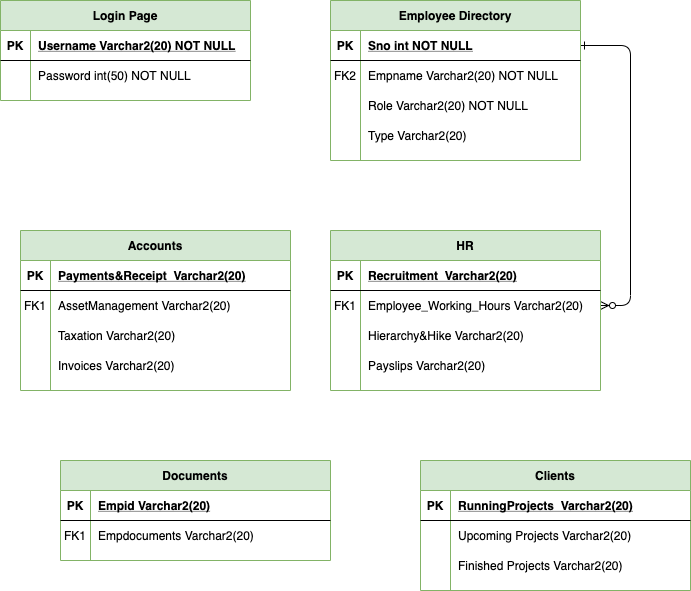
BandariChetanKumar/DB-Design keeps this draw.io diagram as Beeja ER Diagram.png. Above is the earlier version. Source tidied: cells renumbered, new cells last; positions are measured from the earlier drawing's top-left corner, leaving out a move shared by most shapes.
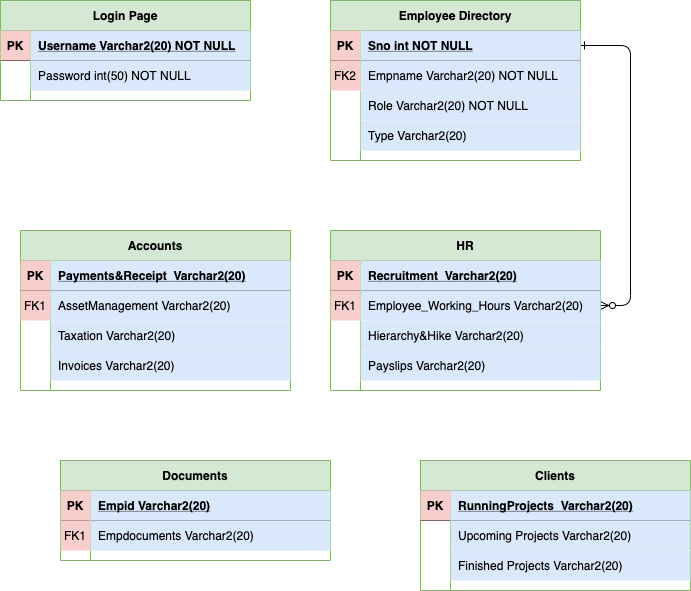
Later version of the same file.

What changed in the source:
```diff
@@ -14,19 +14,19 @@
     <mxCell id="5" style="shape=partialRectangle;fillColor=none;points=[[0,0.5],[1,0.5]];portConstraint=eastwest;top=0;left=0;right=0;bottom=1;" parent="4" vertex="1">
       <mxGeometry y="30" width="250" height="30" as="geometry" />
     </mxCell>
-    <mxCell id="6" value="PK" style="shape=partialRectangle;overflow=hidden;fillColor=none;top=0;left=0;bottom=0;right=0;fontStyle=1;" parent="5" vertex="1">
+    <mxCell id="6" value="PK" style="shape=partialRectangle;overflow=hidden;fillColor=#f8cecc;top=0;left=0;bottom=0;right=0;fontStyle=1;strokeColor=#b85450;" parent="5" vertex="1">
       <mxGeometry width="30" height="30" as="geometry" />
     </mxCell>
-    <mxCell id="7" value="Sno int NOT NULL" style="shape=partialRectangle;overflow=hidden;fillColor=none;top=0;left=0;bottom=0;right=0;align=left;spacingLeft=6;fontStyle=5;" parent="5" vertex="1">
+    <mxCell id="7" value="Sno int NOT NULL" style="shape=partialRectangle;overflow=hidden;fillColor=#dae8fc;top=0;left=0;bottom=0;right=0;align=left;spacingLeft=6;fontStyle=5;strokeColor=#6c8ebf;" parent="5" vertex="1">
       <mxGeometry x="30" width="220" height="30" as="geometry" />
     </mxCell>
     <mxCell id="8" style="shape=partialRectangle;fillColor=none;top=0;left=0;right=0;bottom=0;" parent="4" vertex="1">
       <mxGeometry y="60" width="250" height="30" as="geometry" />
     </mxCell>
-    <mxCell id="9" value="FK2" style="shape=partialRectangle;overflow=hidden;fillColor=none;top=0;left=0;bottom=0;right=0;" parent="8" vertex="1">
+    <mxCell id="9" value="FK2" style="shape=partialRectangle;overflow=hidden;fillColor=#f8cecc;top=0;left=0;bottom=0;right=0;strokeColor=#b85450;" parent="8" vertex="1">
       <mxGeometry width="30" height="30" as="geometry" />
     </mxCell>
-    <mxCell id="10" value="Empname Varchar2(20) NOT NULL" style="shape=partialRectangle;overflow=hidden;fillColor=none;top=0;left=0;bottom=0;right=0;align=left;spacingLeft=6;" parent="8" vertex="1">
+    <mxCell id="10" value="Empname Varchar2(20) NOT NULL" style="shape=partialRectangle;overflow=hidden;fillColor=#dae8fc;top=0;left=0;bottom=0;right=0;align=left;spacingLeft=6;strokeColor=#6c8ebf;" parent="8" vertex="1">
       <mxGeometry x="30" width="220" height="30" as="geometry" />
     </mxCell>
     <mxCell id="11" style="shape=partialRectangle;fillColor=none;top=0;left=0;right=0;bottom=0;" parent="4" vertex="1">
@@ -35,7 +35,7 @@
     <mxCell id="12" style="shape=partialRectangle;overflow=hidden;fillColor=none;top=0;left=0;bottom=0;right=0;" parent="11" vertex="1">
       <mxGeometry width="30" height="30" as="geometry" />
     </mxCell>
-    <mxCell id="13" value="Role Varchar2(20) NOT NULL " style="shape=partialRectangle;overflow=hidden;fillColor=none;top=0;left=0;bottom=0;right=0;align=left;spacingLeft=6;" parent="11" vertex="1">
+    <mxCell id="13" value="Role Varchar2(20) NOT NULL " style="shape=partialRectangle;overflow=hidden;fillColor=#dae8fc;top=0;left=0;bottom=0;right=0;align=left;spacingLeft=6;strokeColor=#6c8ebf;" parent="11" vertex="1">
       <mxGeometry x="30" width="220" height="30" as="geometry" />
     </mxCell>
     <mxCell id="14" style="shape=partialRectangle;fillColor=none;top=0;left=0;right=0;bottom=0;" parent="4" vertex="1">
@@ -44,7 +44,7 @@
     <mxCell id="15" style="shape=partialRectangle;overflow=hidden;fillColor=none;top=0;left=0;bottom=0;right=0;" parent="14" vertex="1">
       <mxGeometry width="30" height="30" as="geometry" />
     </mxCell>
-    <mxCell id="16" value="Type Varchar2(20) " style="shape=partialRectangle;overflow=hidden;fillColor=none;top=0;left=0;bottom=0;right=0;align=left;spacingLeft=6;" parent="14" vertex="1">
+    <mxCell id="16" value="Type Varchar2(20) " style="shape=partialRectangle;overflow=hidden;fillColor=#dae8fc;top=0;left=0;bottom=0;right=0;align=left;spacingLeft=6;strokeColor=#6c8ebf;" parent="14" vertex="1">
       <mxGeometry x="30" width="220" height="30" as="geometry" />
     </mxCell>
     <mxCell id="17" value="Login Page" style="shape=table;startSize=30;rowLines=0;fontStyle=1;align=center;fillColor=#d5e8d4;strokeColor=#82b366;" parent="1" vertex="1">
@@ -53,10 +53,10 @@
     <mxCell id="18" style="shape=partialRectangle;fillColor=none;points=[[0,0.5],[1,0.5]];portConstraint=eastwest;top=0;left=0;right=0;bottom=1;" parent="17" vertex="1">
       <mxGeometry y="30" width="250" height="30" as="geometry" />
     </mxCell>
-    <mxCell id="19" value="PK" style="shape=partialRectangle;overflow=hidden;fillColor=none;top=0;left=0;bottom=0;right=0;fontStyle=1;" parent="18" vertex="1">
+    <mxCell id="19" value="PK" style="shape=partialRectangle;overflow=hidden;fillColor=#f8cecc;top=0;left=0;bottom=0;right=0;fontStyle=1;strokeColor=#b85450;" parent="18" vertex="1">
       <mxGeometry width="30" height="30" as="geometry" />
     </mxCell>
-    <mxCell id="20" value="Username Varchar2(20) NOT NULL " style="shape=partialRectangle;overflow=hidden;fillColor=none;top=0;left=0;bottom=0;right=0;align=left;spacingLeft=6;fontStyle=5;" parent="18" vertex="1">
+    <mxCell id="20" value="Username Varchar2(20) NOT NULL " style="shape=partialRectangle;overflow=hidden;fillColor=#dae8fc;top=0;left=0;bottom=0;right=0;align=left;spacingLeft=6;fontStyle=5;strokeColor=#6c8ebf;" parent="18" vertex="1">
       <mxGeometry x="30" width="220" height="30" as="geometry" />
     </mxCell>
     <mxCell id="21" style="shape=partialRectangle;fillColor=none;top=0;left=0;right=0;bottom=0;" parent="17" vertex="1">
@@ -65,7 +65,7 @@
     <mxCell id="22" style="shape=partialRectangle;overflow=hidden;fillColor=none;top=0;left=0;bottom=0;right=0;" parent="21" vertex="1">
       <mxGeometry width="30" height="30" as="geometry" />
     </mxCell>
-    <mxCell id="23" value="Password int(50) NOT NULL" style="shape=partialRectangle;overflow=hidden;fillColor=none;top=0;left=0;bottom=0;right=0;align=left;spacingLeft=6;" parent="21" vertex="1">
+    <mxCell id="23" value="Password int(50) NOT NULL" style="shape=partialRectangle;overflow=hidden;fillColor=#dae8fc;top=0;left=0;bottom=0;right=0;align=left;spacingLeft=6;strokeColor=#6c8ebf;" parent="21" vertex="1">
       <mxGeometry x="30" width="220" height="30" as="geometry" />
     </mxCell>
     <mxCell id="24" value="HR" style="shape=table;startSize=30;rowLines=0;fontStyle=1;align=center;fillColor=#d5e8d4;strokeColor=#82b366;" parent="1" vertex="1">
@@ -74,19 +74,19 @@
     <mxCell id="25" style="shape=partialRectangle;fillColor=none;top=0;left=0;right=0;bottom=1;" parent="24" vertex="1">
       <mxGeometry y="30" width="270" height="30" as="geometry" />
     </mxCell>
-    <mxCell id="26" value="PK" style="shape=partialRectangle;overflow=hidden;fillColor=none;top=0;left=0;bottom=0;right=0;fontStyle=1;" parent="25" vertex="1">
+    <mxCell id="26" value="PK" style="shape=partialRectangle;overflow=hidden;fillColor=#f8cecc;top=0;left=0;bottom=0;right=0;fontStyle=1;strokeColor=#b85450;" parent="25" vertex="1">
       <mxGeometry width="30" height="30" as="geometry" />
     </mxCell>
-    <mxCell id="27" value="Recruitment  Varchar2(20)" style="shape=partialRectangle;overflow=hidden;fillColor=none;top=0;left=0;bottom=0;right=0;align=left;spacingLeft=6;fontStyle=5;" parent="25" vertex="1">
+    <mxCell id="27" value="Recruitment  Varchar2(20)" style="shape=partialRectangle;overflow=hidden;fillColor=#dae8fc;top=0;left=0;bottom=0;right=0;align=left;spacingLeft=6;fontStyle=5;strokeColor=#6c8ebf;" parent="25" vertex="1">
       <mxGeometry x="30" width="240" height="30" as="geometry" />
     </mxCell>
     <mxCell id="28" style="shape=partialRectangle;fillColor=none;points=[[0,0.5],[1,0.5]];portConstraint=eastwest;top=0;left=0;right=0;bottom=0;" parent="24" vertex="1">
       <mxGeometry y="60" width="270" height="30" as="geometry" />
     </mxCell>
-    <mxCell id="29" value="FK1" style="shape=partialRectangle;overflow=hidden;fillColor=none;top=0;left=0;bottom=0;right=0;" parent="28" vertex="1">
+    <mxCell id="29" value="FK1" style="shape=partialRectangle;overflow=hidden;fillColor=#f8cecc;top=0;left=0;bottom=0;right=0;strokeColor=#b85450;" parent="28" vertex="1">
       <mxGeometry width="30" height="30" as="geometry" />
     </mxCell>
-    <mxCell id="30" value="Employee_Working_Hours Varchar2(20)" style="shape=partialRectangle;overflow=hidden;fillColor=none;top=0;left=0;bottom=0;right=0;align=left;spacingLeft=6;" parent="28" vertex="1">
+    <mxCell id="30" value="Employee_Working_Hours Varchar2(20)" style="shape=partialRectangle;overflow=hidden;fillColor=#dae8fc;top=0;left=0;bottom=0;right=0;align=left;spacingLeft=6;strokeColor=#6c8ebf;" parent="28" vertex="1">
       <mxGeometry x="30" width="240" height="30" as="geometry" />
     </mxCell>
     <mxCell id="31" style="shape=partialRectangle;fillColor=none;top=0;left=0;right=0;bottom=0;" parent="24" vertex="1">
@@ -95,7 +95,7 @@
     <mxCell id="32" style="shape=partialRectangle;overflow=hidden;fillColor=none;top=0;left=0;bottom=0;right=0;" parent="31" vertex="1">
       <mxGeometry width="30" height="30" as="geometry" />
     </mxCell>
-    <mxCell id="33" value="Hierarchy&amp;Hike Varchar2(20)" style="shape=partialRectangle;overflow=hidden;fillColor=none;top=0;left=0;bottom=0;right=0;align=left;spacingLeft=6;" parent="31" vertex="1">
+    <mxCell id="33" value="Hierarchy&amp;Hike Varchar2(20)" style="shape=partialRectangle;overflow=hidden;fillColor=#dae8fc;top=0;left=0;bottom=0;right=0;align=left;spacingLeft=6;strokeColor=#6c8ebf;" parent="31" vertex="1">
       <mxGeometry x="30" width="240" height="30" as="geometry" />
     </mxCell>
     <mxCell id="34" style="shape=partialRectangle;fillColor=none;top=0;left=0;right=0;bottom=0;" parent="24" vertex="1">
@@ -104,7 +104,7 @@
     <mxCell id="35" style="shape=partialRectangle;overflow=hidden;fillColor=none;top=0;left=0;bottom=0;right=0;" parent="34" vertex="1">
       <mxGeometry width="30" height="30" as="geometry" />
     </mxCell>
-    <mxCell id="36" value="Payslips Varchar2(20)" style="shape=partialRectangle;overflow=hidden;fillColor=none;top=0;left=0;bottom=0;right=0;align=left;spacingLeft=6;" parent="34" vertex="1">
+    <mxCell id="36" value="Payslips Varchar2(20)" style="shape=partialRectangle;overflow=hidden;fillColor=#dae8fc;top=0;left=0;bottom=0;right=0;align=left;spacingLeft=6;strokeColor=#6c8ebf;" parent="34" vertex="1">
       <mxGeometry x="30" width="240" height="30" as="geometry" />
     </mxCell>
     <mxCell id="37" value="Accounts" style="shape=table;startSize=30;rowLines=0;fontStyle=1;align=center;fillColor=#d5e8d4;strokeColor=#82b366;" parent="1" vertex="1">
@@ -113,19 +113,19 @@
     <mxCell id="38" style="shape=partialRectangle;fillColor=none;top=0;left=0;right=0;bottom=1;" parent="37" vertex="1">
       <mxGeometry y="30" width="270" height="30" as="geometry" />
     </mxCell>
-    <mxCell id="39" value="PK" style="shape=partialRectangle;overflow=hidden;fillColor=none;top=0;left=0;bottom=0;right=0;fontStyle=1;" parent="38" vertex="1">
+    <mxCell id="39" value="PK" style="shape=partialRectangle;overflow=hidden;fillColor=#f8cecc;top=0;left=0;bottom=0;right=0;fontStyle=1;strokeColor=#b85450;" parent="38" vertex="1">
       <mxGeometry width="30" height="30" as="geometry" />
     </mxCell>
-    <mxCell id="40" value="Payments&amp;Receipt  Varchar2(20)" style="shape=partialRectangle;overflow=hidden;fillColor=none;top=0;left=0;bottom=0;right=0;align=left;spacingLeft=6;fontStyle=5;" parent="38" vertex="1">
+    <mxCell id="40" value="Payments&amp;Receipt  Varchar2(20)" style="shape=partialRectangle;overflow=hidden;fillColor=#dae8fc;top=0;left=0;bottom=0;right=0;align=left;spacingLeft=6;fontStyle=5;strokeColor=#6c8ebf;" parent="38" vertex="1">
       <mxGeometry x="30" width="240" height="30" as="geometry" />
     </mxCell>
     <mxCell id="41" style="shape=partialRectangle;fillColor=none;top=0;left=0;right=0;bottom=0;" parent="37" vertex="1">
       <mxGeometry y="60" width="270" height="30" as="geometry" />
     </mxCell>
-    <mxCell id="42" value="FK1" style="shape=partialRectangle;overflow=hidden;fillColor=none;top=0;left=0;bottom=0;right=0;" parent="41" vertex="1">
+    <mxCell id="42" value="FK1" style="shape=partialRectangle;overflow=hidden;fillColor=#f8cecc;top=0;left=0;bottom=0;right=0;strokeColor=#b85450;" parent="41" vertex="1">
       <mxGeometry width="30" height="30" as="geometry" />
     </mxCell>
-    <mxCell id="43" value="AssetManagement Varchar2(20)" style="shape=partialRectangle;overflow=hidden;fillColor=none;top=0;left=0;bottom=0;right=0;align=left;spacingLeft=6;" parent="41" vertex="1">
+    <mxCell id="43" value="AssetManagement Varchar2(20)" style="shape=partialRectangle;overflow=hidden;fillColor=#dae8fc;top=0;left=0;bottom=0;right=0;align=left;spacingLeft=6;strokeColor=#6c8ebf;" parent="41" vertex="1">
       <mxGeometry x="30" width="240" height="30" as="geometry" />
     </mxCell>
     <mxCell id="44" style="shape=partialRectangle;fillColor=none;top=0;left=0;right=0;bottom=0;" parent="37" vertex="1">
@@ -134,7 +134,7 @@
     <mxCell id="45" style="shape=partialRectangle;overflow=hidden;fillColor=none;top=0;left=0;bottom=0;right=0;" parent="44" vertex="1">
       <mxGeometry width="30" height="30" as="geometry" />
     </mxCell>
-    <mxCell id="46" value="Taxation Varchar2(20)" style="shape=partialRectangle;overflow=hidden;fillColor=none;top=0;left=0;bottom=0;right=0;align=left;spacingLeft=6;" parent="44" vertex="1">
+    <mxCell id="46" value="Taxation Varchar2(20)" style="shape=partialRectangle;overflow=hidden;fillColor=#dae8fc;top=0;left=0;bottom=0;right=0;align=left;spacingLeft=6;strokeColor=#6c8ebf;" parent="44" vertex="1">
       <mxGeometry x="30" width="240" height="30" as="geometry" />
     </mxCell>
     <mxCell id="47" style="shape=partialRectangle;fillColor=none;top=0;left=0;right=0;bottom=0;" parent="37" vertex="1">
@@ -143,7 +143,7 @@
     <mxCell id="48" style="shape=partialRectangle;overflow=hidden;fillColor=none;top=0;left=0;bottom=0;right=0;" parent="47" vertex="1">
       <mxGeometry width="30" height="30" as="geometry" />
     </mxCell>
-    <mxCell id="49" value="Invoices Varchar2(20)" style="shape=partialRectangle;overflow=hidden;fillColor=none;top=0;left=0;bottom=0;right=0;align=left;spacingLeft=6;" parent="47" vertex="1">
+    <mxCell id="49" value="Invoices Varchar2(20)" style="shape=partialRectangle;overflow=hidden;fillColor=#dae8fc;top=0;left=0;bottom=0;right=0;align=left;spacingLeft=6;strokeColor=#6c8ebf;" parent="47" vertex="1">
       <mxGeometry x="30" width="240" height="30" as="geometry" />
     </mxCell>
     <mxCell id="50" value="Documents" style="shape=table;startSize=30;rowLines=0;fontStyle=1;align=center;fillColor=#d5e8d4;strokeColor=#82b366;" parent="1" vertex="1">
@@ -152,19 +152,19 @@
     <mxCell id="51" style="shape=partialRectangle;fillColor=none;top=0;left=0;right=0;bottom=1;" parent="50" vertex="1">
       <mxGeometry y="30" width="270" height="30" as="geometry" />
     </mxCell>
-    <mxCell id="52" value="PK" style="shape=partialRectangle;overflow=hidden;fillColor=none;top=0;left=0;bottom=0;right=0;fontStyle=1;" parent="51" vertex="1">
+    <mxCell id="52" value="PK" style="shape=partialRectangle;overflow=hidden;fillColor=#f8cecc;top=0;left=0;bottom=0;right=0;fontStyle=1;strokeColor=#b85450;" parent="51" vertex="1">
       <mxGeometry width="30" height="30" as="geometry" />
     </mxCell>
-    <mxCell id="53" value="Empid Varchar2(20)" style="shape=partialRectangle;overflow=hidden;fillColor=none;top=0;left=0;bottom=0;right=0;align=left;spacingLeft=6;fontStyle=5;" parent="51" vertex="1">
+    <mxCell id="53" value="Empid Varchar2(20)" style="shape=partialRectangle;overflow=hidden;fillColor=#dae8fc;top=0;left=0;bottom=0;right=0;align=left;spacingLeft=6;fontStyle=5;strokeColor=#6c8ebf;" parent="51" vertex="1">
       <mxGeometry x="30" width="240" height="30" as="geometry" />
     </mxCell>
     <mxCell id="54" style="shape=partialRectangle;fillColor=none;top=0;left=0;right=0;bottom=0;" parent="50" vertex="1">
       <mxGeometry y="60" width="270" height="30" as="geometry" />
     </mxCell>
-    <mxCell id="55" value="FK1" style="shape=partialRectangle;overflow=hidden;fillColor=none;top=0;left=0;bottom=0;right=0;" parent="54" vertex="1">
+    <mxCell id="55" value="FK1" style="shape=partialRectangle;overflow=hidden;fillColor=#f8cecc;top=0;left=0;bottom=0;right=0;strokeColor=#b85450;" parent="54" vertex="1">
       <mxGeometry width="30" height="30" as="geometry" />
     </mxCell>
-    <mxCell id="56" value="Empdocuments Varchar2(20)" style="shape=partialRectangle;overflow=hidden;fillColor=none;top=0;left=0;bottom=0;right=0;align=left;spacingLeft=6;" parent="54" vertex="1">
+    <mxCell id="56" value="Empdocuments Varchar2(20)" style="shape=partialRectangle;overflow=hidden;fillColor=#dae8fc;top=0;left=0;bottom=0;right=0;align=left;spacingLeft=6;strokeColor=#6c8ebf;" parent="54" vertex="1">
       <mxGeometry x="30" width="240" height="30" as="geometry" />
     </mxCell>
     <mxCell id="57" value="Clients" style="shape=table;startSize=30;rowLines=0;fontStyle=1;align=center;fillColor=#d5e8d4;strokeColor=#82b366;" parent="1" vertex="1">
@@ -173,10 +173,10 @@
     <mxCell id="58" style="shape=partialRectangle;fillColor=none;top=0;left=0;right=0;bottom=1;" parent="57" vertex="1">
       <mxGeometry y="30" width="270" height="30" as="geometry" />
     </mxCell>
-    <mxCell id="59" value="PK" style="shape=partialRectangle;overflow=hidden;fillColor=none;top=0;left=0;bottom=0;right=0;fontStyle=1;" parent="58" vertex="1">
+    <mxCell id="59" value="PK" style="shape=partialRectangle;overflow=hidden;fillColor=#f8cecc;top=0;left=0;bottom=0;right=0;fontStyle=1;strokeColor=#b85450;" parent="58" vertex="1">
       <mxGeometry width="30" height="30" as="geometry" />
     </mxCell>
-    <mxCell id="60" value="RunningProjects  Varchar2(20)" style="shape=partialRectangle;overflow=hidden;fillColor=none;top=0;left=0;bottom=0;right=0;align=left;spacingLeft=6;fontStyle=5;" parent="58" vertex="1">
+    <mxCell id="60" value="RunningProjects  Varchar2(20)" style="shape=partialRectangle;overflow=hidden;fillColor=#dae8fc;top=0;left=0;bottom=0;right=0;align=left;spacingLeft=6;fontStyle=5;strokeColor=#6c8ebf;" parent="58" vertex="1">
       <mxGeometry x="30" width="240" height="30" as="geometry" />
     </mxCell>
     <mxCell id="61" style="shape=partialRectangle;fillColor=none;top=0;left=0;right=0;bottom=0;" parent="57" vertex="1">
@@ -185,7 +185,7 @@
     <mxCell id="62" style="shape=partialRectangle;overflow=hidden;fillColor=none;top=0;left=0;bottom=0;right=0;" parent="61" vertex="1">
       <mxGeometry width="30" height="30" as="geometry" />
     </mxCell>
-    <mxCell id="63" value="Upcoming Projects Varchar2(20)" style="shape=partialRectangle;overflow=hidden;fillColor=none;top=0;left=0;bottom=0;right=0;align=left;spacingLeft=6;" parent="61" vertex="1">
+    <mxCell id="63" value="Upcoming Projects Varchar2(20)" style="shape=partialRectangle;overflow=hidden;fillColor=#dae8fc;top=0;left=0;bottom=0;right=0;align=left;spacingLeft=6;strokeColor=#6c8ebf;" parent="61" vertex="1">
       <mxGeometry x="30" width="240" height="30" as="geometry" />
     </mxCell>
     <mxCell id="64" style="shape=partialRectangle;fillColor=none;top=0;left=0;right=0;bottom=0;" parent="57" vertex="1">
@@ -194,7 +194,7 @@
     <mxCell id="65" style="shape=partialRectangle;overflow=hidden;fillColor=none;top=0;left=0;bottom=0;right=0;" parent="64" vertex="1">
       <mxGeometry width="30" height="30" as="geometry" />
     </mxCell>
-    <mxCell id="66" value="Finished Projects Varchar2(20)" style="shape=partialRectangle;overflow=hidden;fillColor=none;top=0;left=0;bottom=0;right=0;align=left;spacingLeft=6;" parent="64" vertex="1">
+    <mxCell id="66" value="Finished Projects Varchar2(20)" style="shape=partialRectangle;overflow=hidden;fillColor=#dae8fc;top=0;left=0;bottom=0;right=0;align=left;spacingLeft=6;strokeColor=#6c8ebf;" parent="64" vertex="1">
       <mxGeometry x="30" width="240" height="30" as="geometry" />
     </mxCell>
   </root>
```
